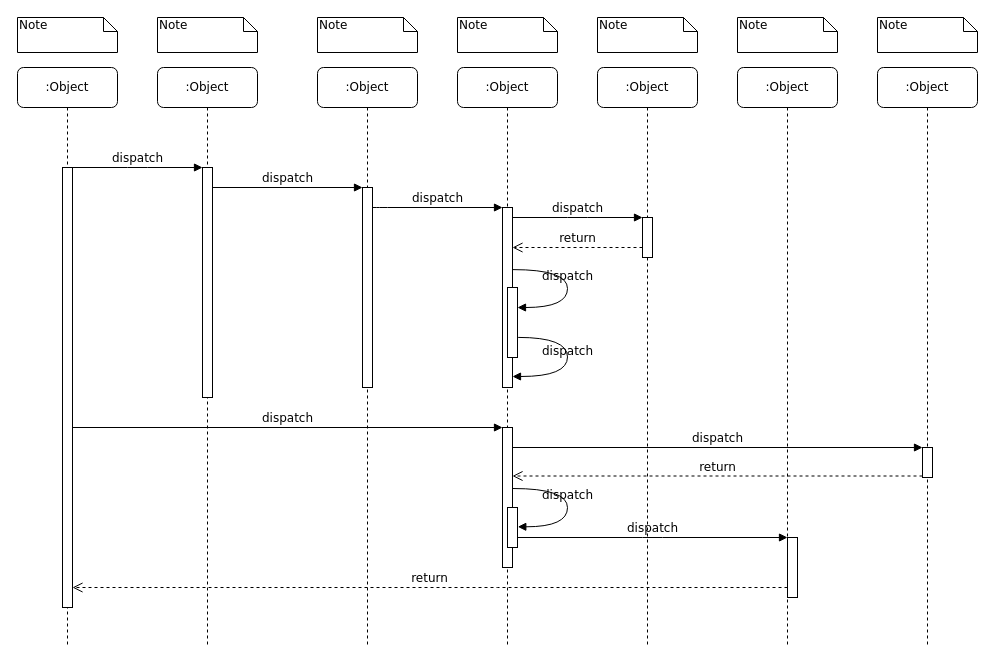
This is Untitled Diagram.drawio from qianxiaomai0316/TortoiseGitTest, a draw.io file, before an edit. Source tidied: cells renumbered, new cells numbered last; positions are measured from the earlier drawing's top-left corner, leaving out a move shared by most shapes. Both pictures are drawn from the tidied source at 100%, with x=0, y=0 at pixel (17, 17).
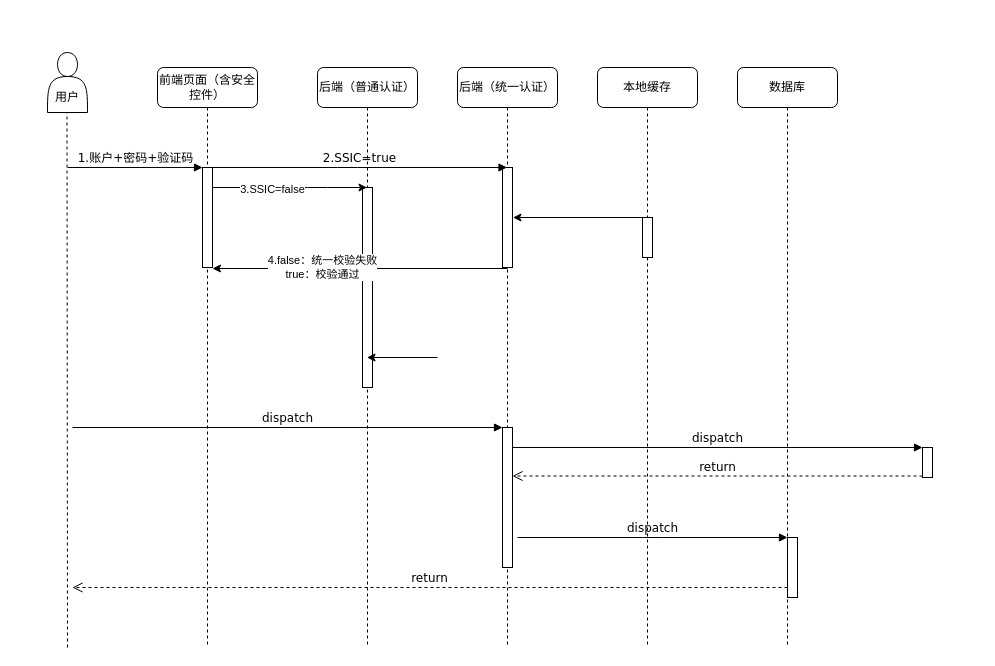
Above is the later version.

The change refers to these unchanged cells:
```xml
<mxCell id="5" style="html=1;points=[];perimeter=orthogonalPerimeter;rounded=0;shadow=0;comic=0;labelBackgroundColor=none;strokeWidth=1;fontFamily=Verdana;fontSize=12;align=center;" parent="4" vertex="1">
  <mxGeometry x="45" y="120" width="10" height="200" as="geometry" />
</mxCell>
<mxCell id="14" style="html=1;points=[];perimeter=orthogonalPerimeter;rounded=0;shadow=0;comic=0;labelBackgroundColor=none;strokeWidth=1;fontFamily=Verdana;fontSize=12;align=center;" parent="1" vertex="1">
  <mxGeometry x="625" y="200" width="10" height="40" as="geometry" />
</mxCell>
<mxCell id="17" style="html=1;points=[];perimeter=orthogonalPerimeter;rounded=0;shadow=0;comic=0;labelBackgroundColor=none;strokeWidth=1;fontFamily=Verdana;fontSize=12;align=center;" parent="1" vertex="1">
  <mxGeometry x="485" y="410" width="10" height="140" as="geometry" />
</mxCell>
<mxCell id="22" style="html=1;points=[];perimeter=orthogonalPerimeter;rounded=0;shadow=0;comic=0;labelBackgroundColor=none;strokeWidth=1;fontFamily=Verdana;fontSize=12;align=center;" parent="1" vertex="1">
  <mxGeometry x="770" y="520" width="10" height="60" as="geometry" />
</mxCell>
```

The edit, as a diff of the source:
```diff
@@
-    <mxCell id="2" value=":Object" style="shape=umlLifeline;perimeter=lifelinePerimeter;whiteSpace=wrap;html=1;rounded=1;shadow=0;comic=0;labelBackgroundColor=none;strokeWidth=1;fontFamily=Verdana;fontSize=12;align=center;" parent="1" vertex="1">
+    <mxCell id="2" value="前端页面（含安全控件）" style="shape=umlLifeline;perimeter=lifelinePerimeter;whiteSpace=wrap;html=1;rounded=1;shadow=0;comic=0;labelBackgroundColor=none;strokeWidth=1;fontFamily=Verdana;fontSize=12;align=center;" parent="1" vertex="1">
       <mxGeometry x="140" y="50" width="100" height="580" as="geometry" />
     </mxCell>
     <mxCell id="3" style="html=1;points=[];perimeter=orthogonalPerimeter;rounded=0;shadow=0;comic=0;labelBackgroundColor=none;strokeWidth=1;fontFamily=Verdana;fontSize=12;align=center;" parent="2" vertex="1">
-      <mxGeometry x="45" y="100" width="10" height="230" as="geometry" />
+      <mxGeometry x="45" y="100" width="10" height="100" as="geometry" />
     </mxCell>
-    <mxCell id="4" value=":Object" style="shape=umlLifeline;perimeter=lifelinePerimeter;whiteSpace=wrap;html=1;outlineConnect=0;rounded=1;shadow=0;comic=0;labelBackgroundColor=none;strokeWidth=1;fontFamily=Verdana;fontSize=12;align=center;" parent="1" vertex="1">
+    <mxCell id="4" value="后端（普通认证）" style="shape=umlLifeline;perimeter=lifelinePerimeter;whiteSpace=wrap;html=1;outlineConnect=0;rounded=1;shadow=0;comic=0;labelBackgroundColor=none;strokeWidth=1;fontFamily=Verdana;fontSize=12;align=center;" parent="1" vertex="1">
       <mxGeometry x="300" y="50" width="100" height="580" as="geometry" />
     </mxCell>
@@
-    <mxCell id="6" value=":Object" style="shape=umlLifeline;perimeter=lifelinePerimeter;whiteSpace=wrap;html=1;outlineConnect=0;rounded=1;shadow=0;comic=0;labelBackgroundColor=none;strokeWidth=1;fontFamily=Verdana;fontSize=12;align=center;" parent="1" vertex="1">
+    <mxCell id="6" value="后端（统一认证）" style="shape=umlLifeline;perimeter=lifelinePerimeter;whiteSpace=wrap;html=1;outlineConnect=0;rounded=1;shadow=0;comic=0;labelBackgroundColor=none;strokeWidth=1;fontFamily=Verdana;fontSize=12;align=center;" parent="1" vertex="1">
       <mxGeometry x="440" y="50" width="100" height="580" as="geometry" />
     </mxCell>
+    <mxCell id="12" style="html=1;points=[];perimeter=orthogonalPerimeter;rounded=0;shadow=0;comic=0;labelBackgroundColor=none;strokeWidth=1;fontFamily=Verdana;fontSize=12;align=center;" parent="6" vertex="1">
+      <mxGeometry x="45" y="100" width="10" height="100" as="geometry" />
+    </mxCell>
-    <mxCell id="7" value=":Object" style="shape=umlLifeline;perimeter=lifelinePerimeter;whiteSpace=wrap;html=1;rounded=1;shadow=0;comic=0;labelBackgroundColor=none;strokeWidth=1;fontFamily=Verdana;fontSize=12;align=center;" parent="1" vertex="1">
+    <mxCell id="7" value="本地缓存" style="shape=umlLifeline;perimeter=lifelinePerimeter;whiteSpace=wrap;html=1;rounded=1;shadow=0;comic=0;labelBackgroundColor=none;strokeWidth=1;fontFamily=Verdana;fontSize=12;align=center;" parent="1" vertex="1">
       <mxGeometry x="580" y="50" width="100" height="580" as="geometry" />
     </mxCell>
-    <mxCell id="8" value=":Object" style="shape=umlLifeline;perimeter=lifelinePerimeter;whiteSpace=wrap;html=1;rounded=1;shadow=0;comic=0;labelBackgroundColor=none;strokeWidth=1;fontFamily=Verdana;fontSize=12;align=center;" parent="1" vertex="1">
+    <mxCell id="8" value="数据库" style="shape=umlLifeline;perimeter=lifelinePerimeter;whiteSpace=wrap;html=1;rounded=1;shadow=0;comic=0;labelBackgroundColor=none;strokeWidth=1;fontFamily=Verdana;fontSize=12;align=center;" parent="1" vertex="1">
       <mxGeometry x="720" y="50" width="100" height="580" as="geometry" />
     </mxCell>
-    <mxCell id="9" value=":Object" style="shape=umlLifeline;perimeter=lifelinePerimeter;whiteSpace=wrap;html=1;rounded=1;shadow=0;comic=0;labelBackgroundColor=none;strokeWidth=1;fontFamily=Verdana;fontSize=12;align=center;" parent="1" vertex="1">
-      <mxGeometry x="860" y="50" width="100" height="580" as="geometry" />
-    </mxCell>
-    <mxCell id="10" value=":Object" style="shape=umlLifeline;perimeter=lifelinePerimeter;whiteSpace=wrap;html=1;rounded=1;shadow=0;comic=0;labelBackgroundColor=none;strokeWidth=1;fontFamily=Verdana;fontSize=12;align=center;" parent="1" vertex="1">
-      <mxGeometry y="50" width="100" height="580" as="geometry" />
-    </mxCell>
-    <mxCell id="11" style="html=1;points=[];perimeter=orthogonalPerimeter;rounded=0;shadow=0;comic=0;labelBackgroundColor=none;strokeWidth=1;fontFamily=Verdana;fontSize=12;align=center;" parent="10" vertex="1">
-      <mxGeometry x="45" y="100" width="10" height="440" as="geometry" />
-    </mxCell>
-    <mxCell id="12" style="html=1;points=[];perimeter=orthogonalPerimeter;rounded=0;shadow=0;comic=0;labelBackgroundColor=none;strokeWidth=1;fontFamily=Verdana;fontSize=12;align=center;" parent="1" vertex="1">
-      <mxGeometry x="485" y="190" width="10" height="180" as="geometry" />
-    </mxCell>
-    <mxCell id="13" value="dispatch" style="html=1;verticalAlign=bottom;endArrow=block;labelBackgroundColor=none;fontFamily=Verdana;fontSize=12;edgeStyle=elbowEdgeStyle;elbow=vertical;" parent="1" edge="1" source="5" target="12">
-      <mxGeometry relative="1" as="geometry">
-        <Array as="points">
-          <mxPoint x="360" y="190" />
-        </Array>
-      </mxGeometry>
-    </mxCell>
@@
-    <mxCell id="15" value="dispatch" style="html=1;verticalAlign=bottom;endArrow=block;entryX=0;entryY=0;labelBackgroundColor=none;fontFamily=Verdana;fontSize=12;edgeStyle=elbowEdgeStyle;elbow=vertical;" parent="1" edge="1" source="12" target="14">
-      <mxGeometry relative="1" as="geometry" />
-    </mxCell>
-    <mxCell id="16" value="return" style="html=1;verticalAlign=bottom;endArrow=open;dashed=1;endSize=8;labelBackgroundColor=none;fontFamily=Verdana;fontSize=12;edgeStyle=elbowEdgeStyle;elbow=vertical;" parent="1" edge="1" source="14" target="12">
-      <mxGeometry relative="1" as="geometry">
-        <Array as="points">
-          <mxPoint x="570" y="230" />
-          <mxPoint x="600" y="230" />
-        </Array>
-      </mxGeometry>
-    </mxCell>
@@
-    <mxCell id="18" value="dispatch" style="html=1;verticalAlign=bottom;endArrow=block;entryX=0;entryY=0;labelBackgroundColor=none;fontFamily=Verdana;fontSize=12;" parent="1" edge="1" source="11" target="17">
-      <mxGeometry relative="1" as="geometry" />
+    <mxCell id="18" value="dispatch" style="html=1;verticalAlign=bottom;endArrow=block;entryX=0;entryY=0;labelBackgroundColor=none;fontFamily=Verdana;fontSize=12;" parent="1" edge="1" target="17">
+      <mxGeometry relative="1" as="geometry">
+        <mxPoint x="55" y="410" as="sourcePoint" />
+      </mxGeometry>
     </mxCell>
@@
-    <mxCell id="23" value="dispatch" style="html=1;verticalAlign=bottom;endArrow=block;entryX=0;entryY=0;labelBackgroundColor=none;fontFamily=Verdana;fontSize=12;edgeStyle=elbowEdgeStyle;elbow=vertical;" parent="1" edge="1" source="30" target="22">
-      <mxGeometry relative="1" as="geometry" />
+    <mxCell id="23" value="dispatch" style="html=1;verticalAlign=bottom;endArrow=block;entryX=0;entryY=0;labelBackgroundColor=none;fontFamily=Verdana;fontSize=12;edgeStyle=elbowEdgeStyle;elbow=vertical;" parent="1" edge="1" target="22">
+      <mxGeometry relative="1" as="geometry">
+        <mxPoint x="500" y="520" as="sourcePoint" />
+      </mxGeometry>
     </mxCell>
-    <mxCell id="24" value="return" style="html=1;verticalAlign=bottom;endArrow=open;dashed=1;endSize=8;labelBackgroundColor=none;fontFamily=Verdana;fontSize=12;edgeStyle=elbowEdgeStyle;elbow=vertical;" parent="1" edge="1" source="22" target="11">
+    <mxCell id="24" value="return" style="html=1;verticalAlign=bottom;endArrow=open;dashed=1;endSize=8;labelBackgroundColor=none;fontFamily=Verdana;fontSize=12;edgeStyle=elbowEdgeStyle;elbow=vertical;" parent="1" edge="1" source="22">
       <mxGeometry relative="1" as="geometry">
+        <mxPoint x="55" y="570" as="targetPoint" />
         <Array as="points">
           <mxPoint x="470" y="570" />
         </Array>
       </mxGeometry>
     </mxCell>
-    <mxCell id="25" value="dispatch" style="html=1;verticalAlign=bottom;endArrow=block;entryX=0;entryY=0;labelBackgroundColor=none;fontFamily=Verdana;fontSize=12;edgeStyle=elbowEdgeStyle;elbow=vertical;" parent="1" edge="1" source="11" target="3">
-      <mxGeometry relative="1" as="geometry" />
+    <mxCell id="25" value="1.账户+密码+验证码" style="html=1;verticalAlign=bottom;endArrow=block;entryX=0;entryY=0;labelBackgroundColor=none;fontFamily=Verdana;fontSize=12;edgeStyle=elbowEdgeStyle;elbow=vertical;" parent="1" edge="1" target="3">
+      <mxGeometry relative="1" as="geometry">
+        <mxPoint x="50" y="150" as="sourcePoint" />
+      </mxGeometry>
     </mxCell>
-    <mxCell id="26" value="dispatch" style="html=1;verticalAlign=bottom;endArrow=block;entryX=0;entryY=0;labelBackgroundColor=none;fontFamily=Verdana;fontSize=12;edgeStyle=elbowEdgeStyle;elbow=vertical;" parent="1" edge="1" source="3" target="5">
-      <mxGeometry relative="1" as="geometry" />
+    <mxCell id="26" value="2.SSIC=true" style="html=1;verticalAlign=bottom;endArrow=block;labelBackgroundColor=none;fontFamily=Verdana;fontSize=12;edgeStyle=elbowEdgeStyle;elbow=vertical;" parent="1" edge="1" source="3" target="6">
+      <mxGeometry relative="1" as="geometry">
+        <Array as="points">
+          <mxPoint x="330" y="150" />
+          <mxPoint x="460" y="150" />
+        </Array>
+      </mxGeometry>
     </mxCell>
-    <mxCell id="27" style="html=1;points=[];perimeter=orthogonalPerimeter;rounded=0;shadow=0;comic=0;labelBackgroundColor=none;strokeWidth=1;fontFamily=Verdana;fontSize=12;align=center;" parent="1" vertex="1">
-      <mxGeometry x="490" y="270" width="10" height="70" as="geometry" />
-    </mxCell>
-    <mxCell id="28" value="dispatch" style="html=1;verticalAlign=bottom;endArrow=block;labelBackgroundColor=none;fontFamily=Verdana;fontSize=12;elbow=vertical;edgeStyle=orthogonalEdgeStyle;curved=1;entryX=1;entryY=0.286;entryPerimeter=0;exitX=1.038;exitY=0.345;exitPerimeter=0;" parent="1" edge="1" source="12" target="27">
-      <mxGeometry relative="1" as="geometry">
-        <Array as="points">
-          <mxPoint x="550" y="252" />
-          <mxPoint x="550" y="290" />
-        </Array>
-      </mxGeometry>
-    </mxCell>
-    <mxCell id="29" value="dispatch" style="html=1;verticalAlign=bottom;endArrow=block;labelBackgroundColor=none;fontFamily=Verdana;fontSize=12;elbow=vertical;edgeStyle=orthogonalEdgeStyle;curved=1;exitX=1.066;exitY=0.713;exitPerimeter=0;" parent="1" edge="1" source="27">
-      <mxGeometry relative="1" as="geometry">
-        <mxPoint x="495" y="359" as="targetPoint" />
-        <Array as="points">
-          <mxPoint x="550" y="320" />
-          <mxPoint x="550" y="359" />
-        </Array>
-      </mxGeometry>
-    </mxCell>
-    <mxCell id="30" style="html=1;points=[];perimeter=orthogonalPerimeter;rounded=0;shadow=0;comic=0;labelBackgroundColor=none;strokeWidth=1;fontFamily=Verdana;fontSize=12;align=center;" parent="1" vertex="1">
-      <mxGeometry x="490" y="490" width="10" height="40" as="geometry" />
-    </mxCell>
-    <mxCell id="31" value="dispatch" style="html=1;verticalAlign=bottom;endArrow=block;labelBackgroundColor=none;fontFamily=Verdana;fontSize=12;elbow=vertical;edgeStyle=orthogonalEdgeStyle;curved=1;entryX=1;entryY=0.286;entryPerimeter=0;exitX=1.038;exitY=0.345;exitPerimeter=0;" parent="1" edge="1">
-      <mxGeometry relative="1" as="geometry">
-        <mxPoint x="495.3" y="471" as="sourcePoint" />
-        <mxPoint x="500.3" y="509.3" as="targetPoint" />
-        <Array as="points">
-          <mxPoint x="550" y="471" />
-          <mxPoint x="550" y="509" />
-        </Array>
-      </mxGeometry>
-    </mxCell>
-    <mxCell id="32" value="Note" style="shape=note;whiteSpace=wrap;html=1;size=14;verticalAlign=top;align=left;spacingTop=-6;rounded=0;shadow=0;comic=0;labelBackgroundColor=none;strokeWidth=1;fontFamily=Verdana;fontSize=12;" parent="1" vertex="1">
-      <mxGeometry width="100" height="35" as="geometry" />
-    </mxCell>
-    <mxCell id="33" value="Note" style="shape=note;whiteSpace=wrap;html=1;size=14;verticalAlign=top;align=left;spacingTop=-6;rounded=0;shadow=0;comic=0;labelBackgroundColor=none;strokeWidth=1;fontFamily=Verdana;fontSize=12;" parent="1" vertex="1">
-      <mxGeometry x="140" width="100" height="35" as="geometry" />
-    </mxCell>
-    <mxCell id="34" value="Note" style="shape=note;whiteSpace=wrap;html=1;size=14;verticalAlign=top;align=left;spacingTop=-6;rounded=0;shadow=0;comic=0;labelBackgroundColor=none;strokeWidth=1;fontFamily=Verdana;fontSize=12;" parent="1" vertex="1">
-      <mxGeometry x="300" width="100" height="35" as="geometry" />
-    </mxCell>
-    <mxCell id="35" value="Note" style="shape=note;whiteSpace=wrap;html=1;size=14;verticalAlign=top;align=left;spacingTop=-6;rounded=0;shadow=0;comic=0;labelBackgroundColor=none;strokeWidth=1;fontFamily=Verdana;fontSize=12;" parent="1" vertex="1">
-      <mxGeometry x="440" width="100" height="35" as="geometry" />
-    </mxCell>
-    <mxCell id="36" value="Note" style="shape=note;whiteSpace=wrap;html=1;size=14;verticalAlign=top;align=left;spacingTop=-6;rounded=0;shadow=0;comic=0;labelBackgroundColor=none;strokeWidth=1;fontFamily=Verdana;fontSize=12;" parent="1" vertex="1">
-      <mxGeometry x="580" width="100" height="35" as="geometry" />
-    </mxCell>
-    <mxCell id="37" value="Note" style="shape=note;whiteSpace=wrap;html=1;size=14;verticalAlign=top;align=left;spacingTop=-6;rounded=0;shadow=0;comic=0;labelBackgroundColor=none;strokeWidth=1;fontFamily=Verdana;fontSize=12;" parent="1" vertex="1">
-      <mxGeometry x="720" width="100" height="35" as="geometry" />
-    </mxCell>
-    <mxCell id="38" value="Note" style="shape=note;whiteSpace=wrap;html=1;size=14;verticalAlign=top;align=left;spacingTop=-6;rounded=0;shadow=0;comic=0;labelBackgroundColor=none;strokeWidth=1;fontFamily=Verdana;fontSize=12;" parent="1" vertex="1">
-      <mxGeometry x="860" width="100" height="35" as="geometry" />
-    </mxCell>
+    <mxCell id="39" value="&lt;br&gt;&lt;br&gt;用户" style="shape=actor;whiteSpace=wrap;html=1;" parent="1" vertex="1">
+      <mxGeometry x="30" y="35" width="40" height="60" as="geometry" />
+    </mxCell>
+    <mxCell id="40" style="endArrow=none;dashed=1;html=1;" parent="1" edge="1">
+      <mxGeometry relative="1" as="geometry">
+        <mxPoint x="50" y="630" as="sourcePoint" />
+        <mxPoint x="49.5" y="95" as="targetPoint" />
+      </mxGeometry>
+    </mxCell>
+    <mxCell id="41" style="endArrow=classic;html=1;strokeColor=#000000;" parent="1" edge="1" source="3" target="4">
+      <mxGeometry relative="1" as="geometry">
+        <Array as="points">
+          <mxPoint x="270" y="170" />
+          <mxPoint x="300" y="170" />
+        </Array>
+      </mxGeometry>
+    </mxCell>
+    <mxCell id="42" value="3.SSIC=false" style="edgeLabel;html=1;align=center;verticalAlign=middle;" parent="41" vertex="1">
+      <mxGeometry x="-0.24" y="-1" relative="1" as="geometry" />
+    </mxCell>
+    <mxCell id="43" style="endArrow=classic;html=1;strokeColor=#000000;entryX=1;entryY=1.01;entryDx=0;entryDy=0;entryPerimeter=0;" parent="1" edge="1" target="3">
+      <mxGeometry relative="1" as="geometry">
+        <mxPoint x="490" y="251" as="sourcePoint" />
+      </mxGeometry>
+    </mxCell>
+    <mxCell id="44" value="4.false：统一校验失败&lt;br&gt;true：校验通过" style="edgeLabel;html=1;align=center;verticalAlign=middle;" parent="43" vertex="1">
+      <mxGeometry x="0.26" y="-2" relative="1" as="geometry" />
+    </mxCell>
+    <mxCell id="45" style="endArrow=classic;html=1;strokeColor=#000000;" parent="1" edge="1">
+      <mxGeometry relative="1" as="geometry">
+        <mxPoint x="625" y="200" as="sourcePoint" />
+        <mxPoint x="495.5" y="200" as="targetPoint" />
+        <Array as="points">
+          <mxPoint x="585.5" y="200" />
+          <mxPoint x="555.5" y="200" />
+        </Array>
+      </mxGeometry>
+    </mxCell>
+    <mxCell id="46" style="endArrow=classic;html=1;strokeColor=#000000;" parent="1" edge="1" target="4">
+      <mxGeometry relative="1" as="geometry">
+        <mxPoint x="420" y="340" as="sourcePoint" />
+      </mxGeometry>
+    </mxCell>
```
